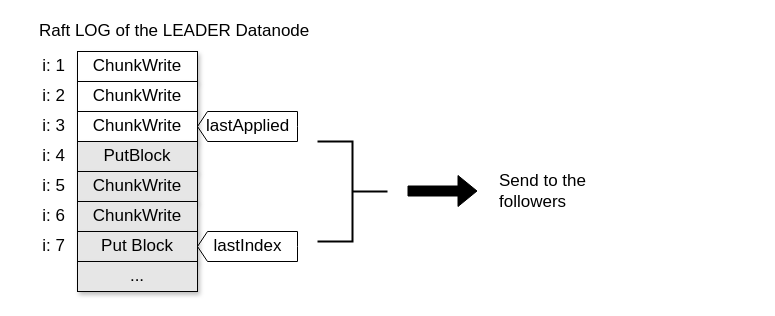
Before: page "raft1" (21 of 31) of ozone.drawio in elek/ozone-videos, a draw.io diagram. Source tidied: cells renumbered, new cells numbered last; positions are measured from the earlier drawing's top-left corner, leaving out a move shared by most shapes. Both pictures are drawn from the tidied source at 100%, with x=0, y=0 at pixel (17, 21).
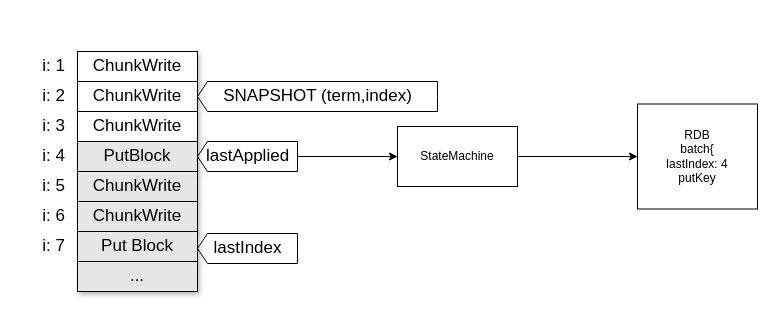
After the change.

What changed in the source:
```diff
@@
+    <mxCell id="23" style="edgeStyle=orthogonalEdgeStyle;rounded=0;jettySize=auto;html=1;" parent="1" edge="1" source="17" target="25">
+      <mxGeometry relative="1" as="geometry" />
+    </mxCell>
     <mxCell id="17" value="lastApplied" style="html=1;shadow=0;dashed=0;align=center;verticalAlign=middle;shape=mxgraph.arrows2.arrow;dy=0;dx=10;notch=0;fillColor=none;fontSize=17;fontColor=#000000;flipV=0;flipH=1;" parent="1" vertex="1">
-      <mxGeometry x="180" y="90" width="100" height="30" as="geometry" />
+      <mxGeometry x="180" y="120" width="100" height="30" as="geometry" />
     </mxCell>
     <mxCell id="18" value="lastIndex" style="html=1;shadow=0;dashed=0;align=center;verticalAlign=middle;shape=mxgraph.arrows2.arrow;dy=0;dx=10;notch=0;fillColor=none;fontSize=17;fontColor=#000000;flipV=0;flipH=1;" parent="1" vertex="1">
-      <mxGeometry x="180" y="210" width="100" height="30" as="geometry" />
+      <mxGeometry x="180" y="212" width="100" height="30" as="geometry" />
     </mxCell>
-    <mxCell id="19" value="Raft LOG of the LEADER Datanode" style="text;html=1;strokeColor=none;fillColor=none;align=left;verticalAlign=middle;whiteSpace=wrap;rounded=0;shadow=1;fontSize=17;fontColor=#000000;" parent="1" vertex="1">
-      <mxGeometry x="20" width="340" height="20" as="geometry" />
-    </mxCell>
-    <mxCell id="20" style="shape=flexArrow;endArrow=classic;html=1;strokeColor=#000000;fillColor=#000000;fontColor=#000000;" parent="1" edge="1">
-      <mxGeometry relative="1" as="geometry">
-        <mxPoint x="390" y="169.5" as="sourcePoint" />
-        <mxPoint x="460" y="169.5" as="targetPoint" />
-      </mxGeometry>
-    </mxCell>
-    <mxCell id="21" value="Send to the followers" style="text;html=1;strokeColor=none;fillColor=none;align=left;verticalAlign=middle;whiteSpace=wrap;rounded=0;shadow=1;fontSize=17;fontColor=#000000;" parent="1" vertex="1">
-      <mxGeometry x="480" y="160" width="150" height="20" as="geometry" />
-    </mxCell>
-    <mxCell id="22" style="strokeWidth=2;html=1;shape=mxgraph.flowchart.annotation_2;align=left;labelPosition=right;fillColor=#ffffff;gradientColor=none;fontColor=#000000;direction=west;" parent="1" vertex="1">
-      <mxGeometry x="300" y="120" width="70" height="100" as="geometry" />
-    </mxCell>
+    <mxCell id="24" style="edgeStyle=orthogonalEdgeStyle;rounded=0;jettySize=auto;html=1;" parent="1" edge="1" source="25" target="26">
+      <mxGeometry relative="1" as="geometry" />
+    </mxCell>
+    <mxCell id="25" value="StateMachine" style="rounded=0;whiteSpace=wrap;html=1;" parent="1" vertex="1">
+      <mxGeometry x="380" y="105" width="120" height="60" as="geometry" />
+    </mxCell>
+    <mxCell id="26" value="RDB&lt;br&gt;batch{&lt;br&gt;lastIndex: 4&lt;br&gt;putKey" style="rounded=0;whiteSpace=wrap;html=1;" parent="1" vertex="1">
+      <mxGeometry x="620" y="82.5" width="120" height="105" as="geometry" />
+    </mxCell>
+    <mxCell id="27" value="SNAPSHOT (term,index)" style="html=1;shadow=0;dashed=0;align=center;verticalAlign=middle;shape=mxgraph.arrows2.arrow;dy=0;dx=10;notch=0;fillColor=none;fontSize=17;fontColor=#000000;flipV=0;flipH=1;" parent="1" vertex="1">
+      <mxGeometry x="180" y="60" width="240" height="30" as="geometry" />
+    </mxCell>
```
